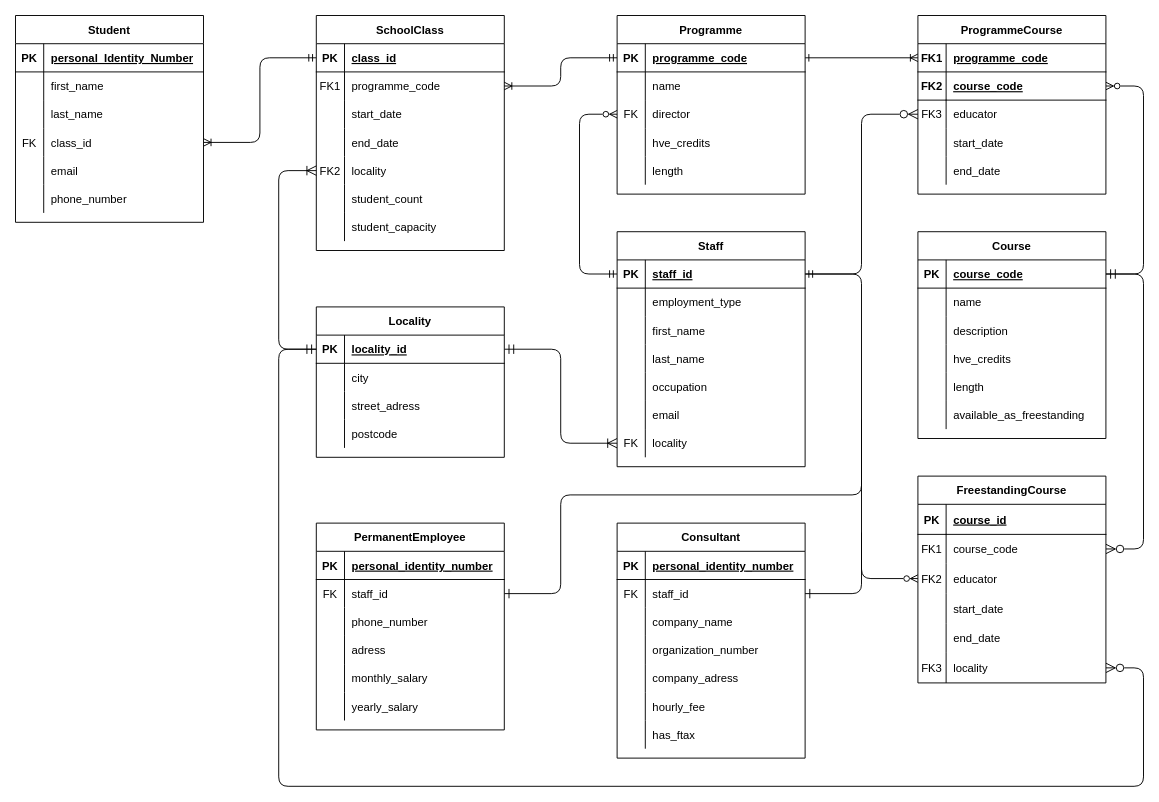
Before: yh_labb/logical_model/logical_model.drawio in dagmarveronika/data-modeling-charlotta-dellborg-de24, a draw.io diagram. Source tidied: cells renumbered, new cells numbered last; positions are measured from the earlier drawing's top-left corner, leaving out a move shared by most shapes. Both pictures are drawn from the tidied source at 94%, with x=0, y=0 at pixel (15, 15).
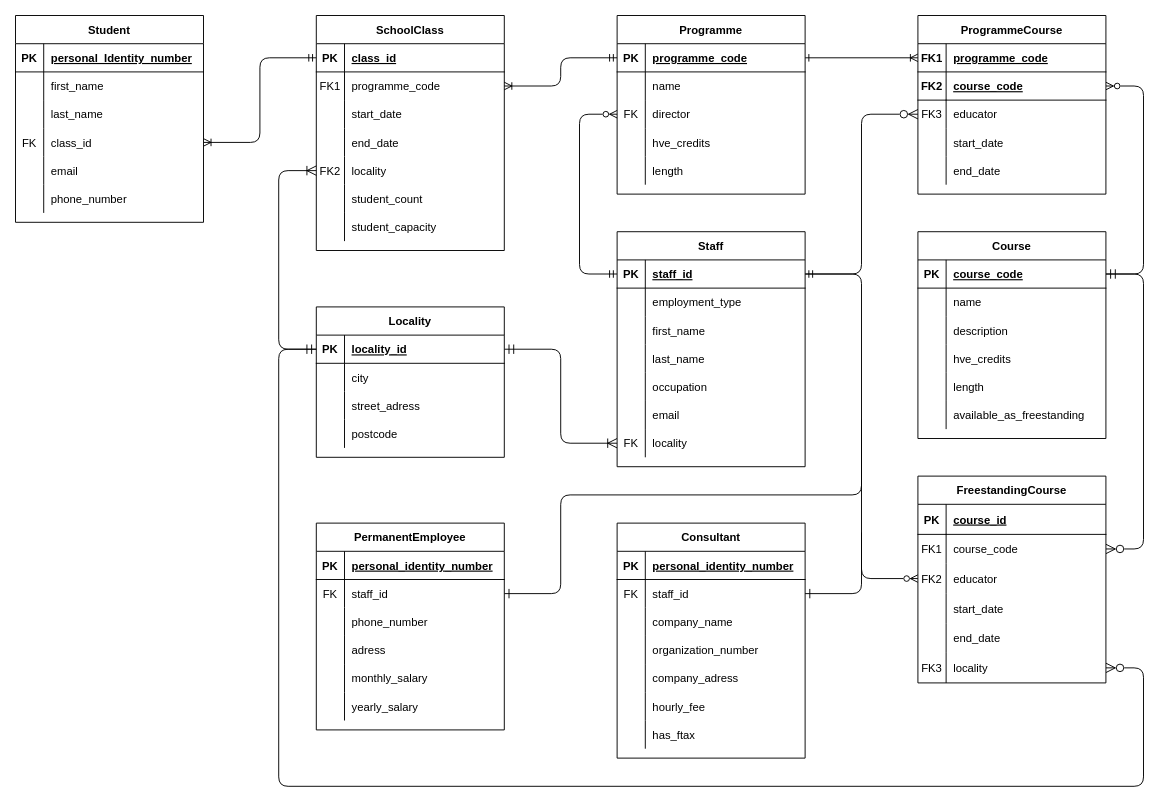
After the change.

Commit message (it also covers changes not shown here):
corrected uppercase n in student's personal_Identity_number

The change refers to these unchanged cells:
```xml
<mxCell id="26" style="shape=partialRectangle;fillColor=none;top=0;left=0;right=0;bottom=1;" parent="25" vertex="1">
  <mxGeometry y="30" width="200" height="30" as="geometry" />
</mxCell>
```

Diff of the diagram source:
```diff
@@
-    <mxCell id="28" value="personal_Identity_Number" style="shape=partialRectangle;overflow=hidden;fillColor=none;top=0;left=0;bottom=0;right=0;align=left;spacingLeft=6;fontStyle=5;" parent="26" vertex="1">
+    <mxCell id="28" value="personal_Identity_number" style="shape=partialRectangle;overflow=hidden;fillColor=none;top=0;left=0;bottom=0;right=0;align=left;spacingLeft=6;fontStyle=5;" parent="26" vertex="1">
       <mxGeometry x="30" width="170" height="30" as="geometry" />
     </mxCell>
```
